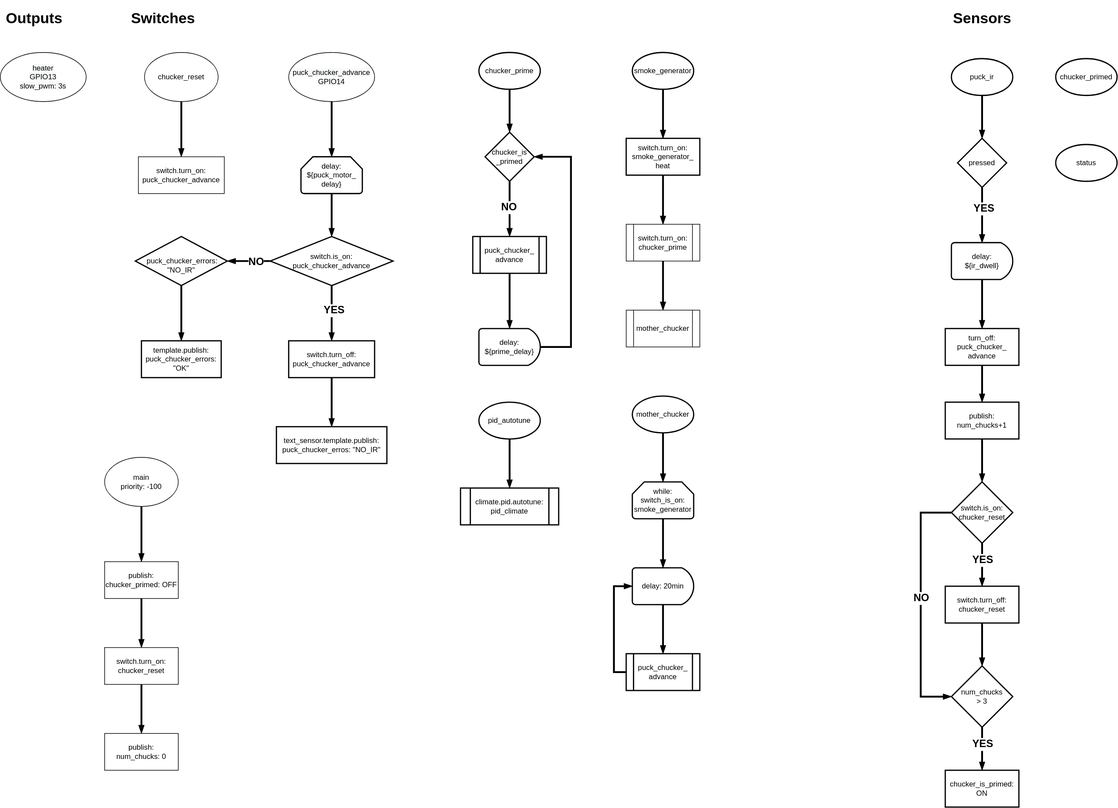
Above: Bradley Smoker Controller Flow.svg in billchurch/smokemonster (draw.io), before the change. Source tidied: cells renumbered, new cells last; positions are measured from the earlier drawing's top-left corner, leaving out a move shared by most shapes.
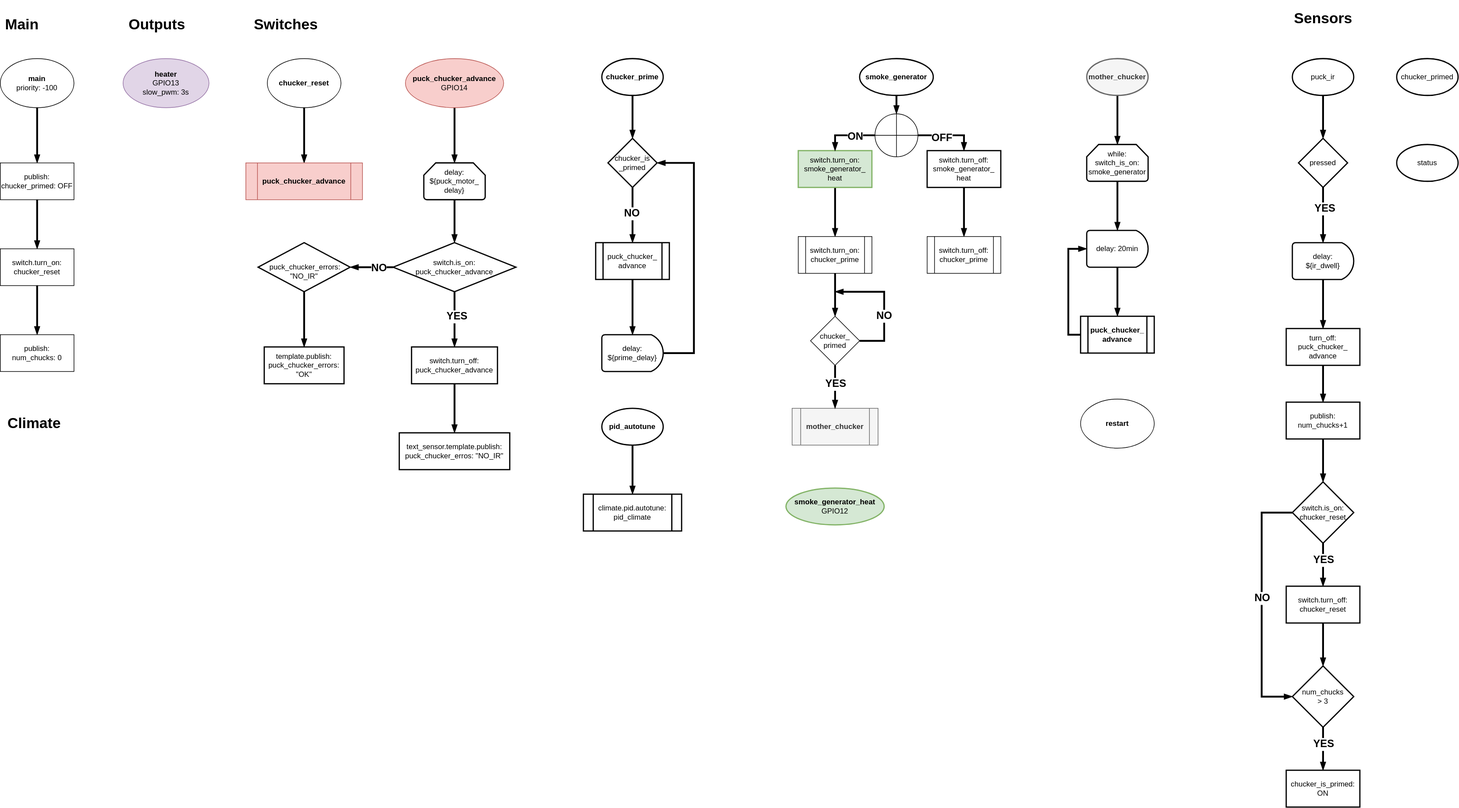
The same diagram one commit later.

What changed in the source:
```diff
@@ -4,7 +4,7 @@
     <mxCell id="1" parent="0" />
-    <mxCell id="2" style="edgeStyle=orthogonalEdgeStyle;rounded=0;jettySize=auto;html=1;strokeWidth=3;endArrow=blockThin;endFill=1;" parent="1" edge="1" source="3" target="5">
-      <mxGeometry relative="1" as="geometry" />
-    </mxCell>
+    <mxCell id="82" style="edgeStyle=orthogonalEdgeStyle;rounded=0;jettySize=auto;html=1;endArrow=blockThin;endFill=1;strokeWidth=3;" parent="1" edge="1" source="3" target="94">
+      <mxGeometry relative="1" as="geometry" />
+    </mxCell>
-    <mxCell id="3" value="smoke_generator" style="strokeWidth=2;html=1;shape=mxgraph.flowchart.start_1;whiteSpace=wrap;" parent="1" vertex="1">
-      <mxGeometry x="1030" y="80" width="100" height="60" as="geometry" />
+    <mxCell id="3" value="&lt;b&gt;smoke_generator&lt;/b&gt;" style="strokeWidth=2;html=1;shape=mxgraph.flowchart.start_1;whiteSpace=wrap;" parent="1" vertex="1">
+      <mxGeometry x="1200" y="80" width="120" height="60" as="geometry" />
     </mxCell>
@@ -13,10 +13,10 @@
     </mxCell>
-    <mxCell id="5" value="switch.turn_on: smoke_generator_&lt;br&gt;heat" style="whiteSpace=wrap;html=1;strokeWidth=2;" parent="1" vertex="1">
-      <mxGeometry x="1020" y="220" width="120" height="60" as="geometry" />
+    <mxCell id="5" value="switch.turn_on: smoke_generator_&lt;br&gt;heat" style="whiteSpace=wrap;html=1;strokeWidth=2;fillColor=#d5e8d4;strokeColor=#82b366;" parent="1" vertex="1">
+      <mxGeometry x="1100" y="230" width="120" height="60" as="geometry" />
     </mxCell>
-    <mxCell id="6" style="edgeStyle=orthogonalEdgeStyle;rounded=0;jettySize=auto;html=1;endArrow=blockThin;endFill=1;strokeWidth=3;" parent="1" edge="1" source="7" target="39">
-      <mxGeometry relative="1" as="geometry" />
-    </mxCell>
+    <mxCell id="83" style="edgeStyle=orthogonalEdgeStyle;rounded=0;jettySize=auto;html=1;endArrow=blockThin;endFill=1;strokeWidth=3;" parent="1" edge="1" source="7" target="89">
+      <mxGeometry relative="1" as="geometry" />
+    </mxCell>
     <mxCell id="7" value="switch.turn_on: chucker_prime" style="shape=process;whiteSpace=wrap;html=1;backgroundOutline=1;" parent="1" vertex="1">
-      <mxGeometry x="1020" y="360" width="120" height="60" as="geometry" />
+      <mxGeometry x="1100" y="370" width="120" height="60" as="geometry" />
     </mxCell>
@@ -26,3 +26,3 @@
     <mxCell id="9" value="delay: 20min" style="strokeWidth=2;html=1;shape=mxgraph.flowchart.delay;whiteSpace=wrap;" parent="1" vertex="1">
-      <mxGeometry x="1030" y="920" width="100" height="60" as="geometry" />
+      <mxGeometry x="1570" y="360" width="100" height="60" as="geometry" />
     </mxCell>
@@ -31,4 +31,4 @@
     </mxCell>
-    <mxCell id="11" value="puck_chucker_&lt;br&gt;advance" style="shape=process;whiteSpace=wrap;html=1;backgroundOutline=1;strokeWidth=2;" parent="1" vertex="1">
-      <mxGeometry x="1020" y="1060" width="120" height="60" as="geometry" />
+    <mxCell id="11" value="puck_chucker_&lt;br&gt;advance" style="shape=process;whiteSpace=wrap;html=1;backgroundOutline=1;strokeWidth=2;fontStyle=1;" parent="1" vertex="1">
+      <mxGeometry x="1560" y="500" width="120" height="60" as="geometry" />
     </mxCell>
@@ -37,3 +37,3 @@
     </mxCell>
-    <mxCell id="13" value="chucker_prime" style="strokeWidth=2;html=1;shape=mxgraph.flowchart.start_1;whiteSpace=wrap;" parent="1" vertex="1">
+    <mxCell id="13" value="chucker_prime" style="strokeWidth=2;html=1;shape=mxgraph.flowchart.start_1;whiteSpace=wrap;fontStyle=1;" parent="1" vertex="1">
       <mxGeometry x="780" y="80" width="100" height="60" as="geometry" />
@@ -53,3 +53,3 @@
     <mxCell id="18" value="puck_ir" style="strokeWidth=2;html=1;shape=mxgraph.flowchart.start_1;whiteSpace=wrap;" parent="1" vertex="1">
-      <mxGeometry x="1550" y="90" width="100" height="60" as="geometry" />
+      <mxGeometry x="1905" y="80" width="100" height="60" as="geometry" />
     </mxCell>
@@ -62,3 +62,3 @@
     <mxCell id="21" value="pressed" style="rhombus;whiteSpace=wrap;html=1;strokeWidth=2;" parent="1" vertex="1">
-      <mxGeometry x="1560" y="220" width="80" height="80" as="geometry" />
+      <mxGeometry x="1915" y="210" width="80" height="80" as="geometry" />
     </mxCell>
@@ -68,3 +68,3 @@
     <mxCell id="23" value="delay:&lt;br&gt;${ir_dwell}" style="strokeWidth=2;html=1;shape=mxgraph.flowchart.delay;whiteSpace=wrap;" parent="1" vertex="1">
-      <mxGeometry x="1550" y="390" width="100" height="60" as="geometry" />
+      <mxGeometry x="1905" y="380" width="100" height="60" as="geometry" />
     </mxCell>
@@ -74,3 +74,3 @@
     <mxCell id="25" value="turn_off:&lt;br&gt;puck_chucker_&lt;br&gt;advance" style="whiteSpace=wrap;html=1;strokeWidth=2;" parent="1" vertex="1">
-      <mxGeometry x="1540" y="530" width="120" height="60" as="geometry" />
+      <mxGeometry x="1895" y="520" width="120" height="60" as="geometry" />
     </mxCell>
@@ -80,3 +80,3 @@
     <mxCell id="27" value="publish: num_chucks+1" style="whiteSpace=wrap;html=1;strokeWidth=2;" parent="1" vertex="1">
-      <mxGeometry x="1540" y="650" width="120" height="60" as="geometry" />
+      <mxGeometry x="1895" y="640" width="120" height="60" as="geometry" />
     </mxCell>
@@ -93,4 +93,4 @@
         <Array as="points">
-          <mxPoint x="1500" y="830" />
-          <mxPoint x="1500" y="1130" />
+          <mxPoint x="1855" y="820" />
+          <mxPoint x="1855" y="1120" />
         </Array>
@@ -102,3 +102,3 @@
     <mxCell id="32" value="switch.is_on:&lt;br&gt;chucker_reset" style="rhombus;whiteSpace=wrap;html=1;strokeWidth=2;" parent="1" vertex="1">
-      <mxGeometry x="1550" y="780" width="100" height="100" as="geometry" />
+      <mxGeometry x="1905" y="770" width="100" height="100" as="geometry" />
     </mxCell>
@@ -108,3 +108,3 @@
     <mxCell id="34" value="switch.turn_off:&lt;br&gt;chucker_reset" style="whiteSpace=wrap;html=1;strokeWidth=2;" parent="1" vertex="1">
-      <mxGeometry x="1540" y="950" width="120" height="60" as="geometry" />
+      <mxGeometry x="1895" y="940" width="120" height="60" as="geometry" />
     </mxCell>
@@ -113,4 +113,4 @@
     </mxCell>
-    <mxCell id="36" value="mother_chucker" style="strokeWidth=2;html=1;shape=mxgraph.flowchart.start_1;whiteSpace=wrap;" parent="1" vertex="1">
-      <mxGeometry x="1030" y="640" width="100" height="60" as="geometry" />
+    <mxCell id="36" value="&lt;b&gt;mother_chucker&lt;/b&gt;" style="strokeWidth=2;html=1;shape=mxgraph.flowchart.start_1;whiteSpace=wrap;fillColor=#f5f5f5;strokeColor=#666666;fontColor=#333333;" parent="1" vertex="1">
+      <mxGeometry x="1570" y="80" width="100" height="60" as="geometry" />
     </mxCell>
@@ -120,6 +120,6 @@
     <mxCell id="38" value="while:&lt;br&gt;switch_is_on:&lt;br&gt;smoke_generator&lt;br&gt;" style="strokeWidth=2;html=1;shape=mxgraph.flowchart.loop_limit;whiteSpace=wrap;" parent="1" vertex="1">
-      <mxGeometry x="1030" y="780" width="100" height="60" as="geometry" />
+      <mxGeometry x="1570" y="220" width="100" height="60" as="geometry" />
     </mxCell>
-    <mxCell id="39" value="mother_chucker" style="shape=process;whiteSpace=wrap;html=1;backgroundOutline=1;" parent="1" vertex="1">
-      <mxGeometry x="1020" y="500" width="120" height="60" as="geometry" />
+    <mxCell id="39" value="&lt;b&gt;mother_chucker&lt;/b&gt;" style="shape=process;whiteSpace=wrap;html=1;backgroundOutline=1;fillColor=#f5f5f5;strokeColor=#666666;fontColor=#333333;" parent="1" vertex="1">
+      <mxGeometry x="1090" y="650" width="140" height="60" as="geometry" />
     </mxCell>
@@ -128,4 +128,4 @@
     </mxCell>
-    <mxCell id="41" value="main&lt;br&gt;priority: -100" style="ellipse;whiteSpace=wrap;html=1;" parent="1" vertex="1">
-      <mxGeometry x="170" y="740" width="120" height="80" as="geometry" />
+    <mxCell id="41" value="&lt;b&gt;main&lt;br&gt;&lt;/b&gt;priority: -100" style="ellipse;whiteSpace=wrap;html=1;" parent="1" vertex="1">
+      <mxGeometry x="-200" y="80" width="120" height="80" as="geometry" />
     </mxCell>
@@ -135,3 +135,3 @@
     <mxCell id="43" value="publish:&lt;br&gt;chucker_primed: OFF" style="whiteSpace=wrap;html=1;" parent="1" vertex="1">
-      <mxGeometry x="170" y="910" width="120" height="60" as="geometry" />
+      <mxGeometry x="-200" y="250" width="120" height="60" as="geometry" />
     </mxCell>
@@ -141,16 +141,13 @@
     <mxCell id="45" value="switch.turn_on:&lt;br&gt;chucker_reset" style="whiteSpace=wrap;html=1;" parent="1" vertex="1">
-      <mxGeometry x="170" y="1050" width="120" height="60" as="geometry" />
+      <mxGeometry x="-200" y="390" width="120" height="60" as="geometry" />
     </mxCell>
     <mxCell id="46" value="publish:&lt;br&gt;num_chucks: 0" style="whiteSpace=wrap;html=1;" parent="1" vertex="1">
-      <mxGeometry x="170" y="1190" width="120" height="60" as="geometry" />
+      <mxGeometry x="-200" y="530" width="120" height="60" as="geometry" />
     </mxCell>
-    <mxCell id="47" style="edgeStyle=orthogonalEdgeStyle;rounded=0;jettySize=auto;html=1;endArrow=blockThin;endFill=1;strokeWidth=3;" parent="1" edge="1" source="48" target="49">
-      <mxGeometry relative="1" as="geometry" />
-    </mxCell>
+    <mxCell id="84" style="edgeStyle=orthogonalEdgeStyle;rounded=0;jettySize=auto;html=1;endArrow=blockThin;endFill=1;strokeWidth=3;" parent="1" edge="1" source="48" target="99">
+      <mxGeometry relative="1" as="geometry" />
+    </mxCell>
-    <mxCell id="48" value="chucker_reset" style="ellipse;whiteSpace=wrap;html=1;" parent="1" vertex="1">
+    <mxCell id="48" value="chucker_reset" style="ellipse;whiteSpace=wrap;html=1;fontStyle=1;" parent="1" vertex="1">
       <mxGeometry x="235" y="80" width="120" height="80" as="geometry" />
     </mxCell>
-    <mxCell id="49" value="switch.turn_on:&lt;br&gt;puck_chucker_advance" style="whiteSpace=wrap;html=1;" parent="1" vertex="1">
-      <mxGeometry x="225" y="250" width="140" height="60" as="geometry" />
-    </mxCell>
     <mxCell id="50" style="edgeStyle=orthogonalEdgeStyle;rounded=0;jettySize=auto;html=1;endArrow=blockThin;endFill=1;strokeWidth=3;" parent="1" edge="1" source="51" target="53">
@@ -158,4 +155,4 @@
     </mxCell>
-    <mxCell id="51" value="&lt;span style=&quot;color: rgb(0 , 0 , 0) ; font-family: &amp;#34;helvetica&amp;#34; ; font-size: 12px ; font-style: normal ; font-weight: 400 ; letter-spacing: normal ; text-align: center ; text-indent: 0px ; text-transform: none ; word-spacing: 0px ; background-color: rgb(248 , 249 , 250) ; display: inline ; float: none&quot;&gt;puck_chucker_advance&lt;br&gt;GPIO14&lt;br&gt;&lt;/span&gt;" style="ellipse;whiteSpace=wrap;html=1;" parent="1" vertex="1">
-      <mxGeometry x="470" y="80" width="140" height="80" as="geometry" />
+    <mxCell id="51" value="&lt;span style=&quot;color: rgb(0, 0, 0); font-family: helvetica; font-size: 12px; font-style: normal; letter-spacing: normal; text-align: center; text-indent: 0px; text-transform: none; word-spacing: 0px; display: inline; float: none;&quot;&gt;&lt;b&gt;puck_chucker_advance&lt;br&gt;&lt;/b&gt;GPIO14&lt;br&gt;&lt;/span&gt;" style="ellipse;whiteSpace=wrap;html=1;fillColor=#f8cecc;strokeColor=#b85450;labelBackgroundColor=none;" parent="1" vertex="1">
+      <mxGeometry x="460" y="80" width="160" height="80" as="geometry" />
     </mxCell>
@@ -209,15 +206,15 @@
     <mxCell id="67" value="num_chucks&lt;br&gt;&amp;gt; 3" style="rhombus;whiteSpace=wrap;html=1;strokeWidth=2;" parent="1" vertex="1">
-      <mxGeometry x="1550" y="1080" width="100" height="100" as="geometry" />
+      <mxGeometry x="1905" y="1070" width="100" height="100" as="geometry" />
     </mxCell>
     <mxCell id="68" value="chucker_is_primed: ON" style="whiteSpace=wrap;html=1;strokeWidth=2;" parent="1" vertex="1">
-      <mxGeometry x="1540" y="1250" width="120" height="60" as="geometry" />
+      <mxGeometry x="1895" y="1240" width="120" height="60" as="geometry" />
     </mxCell>
     <mxCell id="69" value="&lt;h1&gt;&lt;b&gt;Sensors&lt;/b&gt;&lt;/h1&gt;" style="text;html=1;align=center;verticalAlign=middle;" parent="1" vertex="1">
-      <mxGeometry x="1545" width="110" height="50" as="geometry" />
+      <mxGeometry x="1900" y="-10" width="110" height="50" as="geometry" />
     </mxCell>
     <mxCell id="70" value="chucker_primed" style="strokeWidth=2;html=1;shape=mxgraph.flowchart.start_1;whiteSpace=wrap;" parent="1" vertex="1">
-      <mxGeometry x="1720" y="90" width="100" height="60" as="geometry" />
+      <mxGeometry x="2075" y="80" width="100" height="60" as="geometry" />
     </mxCell>
     <mxCell id="71" value="status" style="strokeWidth=2;html=1;shape=mxgraph.flowchart.start_1;whiteSpace=wrap;" parent="1" vertex="1">
-      <mxGeometry x="1720" y="230" width="100" height="60" as="geometry" />
+      <mxGeometry x="2075" y="220" width="100" height="60" as="geometry" />
     </mxCell>
@@ -226,3 +223,3 @@
     </mxCell>
-    <mxCell id="73" value="&lt;span style=&quot;color: rgb(0 , 0 , 0) ; font-family: &amp;#34;helvetica&amp;#34; ; font-size: 12px ; font-style: normal ; font-weight: 400 ; letter-spacing: normal ; text-align: center ; text-indent: 0px ; text-transform: none ; word-spacing: 0px ; background-color: rgb(248 , 249 , 250) ; display: inline ; float: none&quot;&gt;heater&lt;br&gt;GPIO13&lt;br&gt;slow_pwm: 3s&lt;br&gt;&lt;/span&gt;" style="ellipse;whiteSpace=wrap;html=1;" parent="1" vertex="1">
+    <mxCell id="73" value="&lt;span style=&quot;color: rgb(0, 0, 0); font-family: helvetica; font-size: 12px; font-style: normal; letter-spacing: normal; text-align: center; text-indent: 0px; text-transform: none; word-spacing: 0px; display: inline; float: none;&quot;&gt;&lt;b&gt;heater&lt;br&gt;&lt;/b&gt;GPIO13&lt;br&gt;slow_pwm: 3s&lt;br&gt;&lt;/span&gt;" style="ellipse;whiteSpace=wrap;html=1;fillColor=#e1d5e7;strokeColor=#9673a6;labelBackgroundColor=none;" parent="1" vertex="1">
       <mxGeometry y="80" width="140" height="80" as="geometry" />
@@ -252,3 +249,3 @@
     </mxCell>
-    <mxCell id="80" value="pid_autotune" style="strokeWidth=2;html=1;shape=mxgraph.flowchart.start_1;whiteSpace=wrap;" parent="1" vertex="1">
+    <mxCell id="80" value="&lt;b&gt;pid_autotune&lt;/b&gt;" style="strokeWidth=2;html=1;shape=mxgraph.flowchart.start_1;whiteSpace=wrap;" parent="1" vertex="1">
       <mxGeometry x="780" y="650" width="100" height="60" as="geometry" />
@@ -258,2 +255,61 @@
     </mxCell>
+    <mxCell id="85" value="&lt;h1&gt;&lt;b&gt;Main&lt;/b&gt;&lt;/h1&gt;" style="text;html=1;align=center;verticalAlign=middle;" parent="1" vertex="1">
+      <mxGeometry x="-200" width="70" height="50" as="geometry" />
+    </mxCell>
+    <mxCell id="86" style="edgeStyle=orthogonalEdgeStyle;rounded=0;jettySize=auto;html=1;endArrow=blockThin;endFill=1;strokeWidth=3;" parent="1" edge="1" source="89" target="39">
+      <mxGeometry relative="1" as="geometry" />
+    </mxCell>
+    <mxCell id="87" value="&lt;b&gt;&lt;font style=&quot;font-size: 17px&quot;&gt;YES&lt;/font&gt;&lt;/b&gt;" style="edgeLabel;html=1;align=center;verticalAlign=middle;" parent="86" vertex="1">
+      <mxGeometry x="-0.46" y="-3" relative="1" as="geometry">
+        <mxPoint x="3" y="11" as="offset" />
+      </mxGeometry>
+    </mxCell>
+    <mxCell id="88" value="&lt;b&gt;&lt;font style=&quot;font-size: 17px&quot;&gt;NO&lt;/font&gt;&lt;/b&gt;" style="edgeStyle=orthogonalEdgeStyle;rounded=0;jettySize=auto;html=1;exitX=1;exitY=0.5;exitDx=0;exitDy=0;endArrow=blockThin;endFill=1;strokeWidth=3;" parent="1" edge="1" source="89">
+      <mxGeometry x="-0.2" relative="1" as="geometry">
+        <mxPoint x="1160" y="460" as="targetPoint" />
+        <Array as="points">
+          <mxPoint x="1240" y="540" />
+          <mxPoint x="1240" y="460" />
+        </Array>
+      </mxGeometry>
+    </mxCell>
+    <mxCell id="89" value="chucker_&lt;br&gt;primed" style="rhombus;whiteSpace=wrap;html=1;" parent="1" vertex="1">
+      <mxGeometry x="1120" y="500" width="80" height="80" as="geometry" />
+    </mxCell>
+    <mxCell id="90" style="edgeStyle=orthogonalEdgeStyle;rounded=0;jettySize=auto;html=1;entryX=0.5;entryY=0;entryDx=0;entryDy=0;endArrow=blockThin;endFill=1;strokeWidth=3;" parent="1" edge="1" source="94" target="5">
+      <mxGeometry relative="1" as="geometry" />
+    </mxCell>
+    <mxCell id="91" value="&lt;b&gt;&lt;font style=&quot;font-size: 17px&quot;&gt;ON&lt;/font&gt;&lt;/b&gt;" style="edgeLabel;html=1;align=center;verticalAlign=middle;" parent="90" vertex="1">
+      <mxGeometry x="-0.26" y="2" relative="1" as="geometry" />
+    </mxCell>
+    <mxCell id="92" style="edgeStyle=orthogonalEdgeStyle;rounded=0;jettySize=auto;html=1;endArrow=blockThin;endFill=1;strokeWidth=3;entryX=0.5;entryY=0;entryDx=0;entryDy=0;" parent="1" edge="1" source="94" target="96">
+      <mxGeometry relative="1" as="geometry" />
+    </mxCell>
+    <mxCell id="93" value="&lt;b&gt;&lt;font style=&quot;font-size: 17px&quot;&gt;OFF&lt;/font&gt;&lt;/b&gt;" style="edgeLabel;html=1;align=center;verticalAlign=middle;" parent="92" vertex="1">
+      <mxGeometry x="-0.24" y="-4" relative="1" as="geometry" />
+    </mxCell>
+    <mxCell id="94" style="verticalLabelPosition=bottom;verticalAlign=top;html=1;shape=mxgraph.flowchart.summing_function;" parent="1" vertex="1">
+      <mxGeometry x="1225" y="170" width="70" height="70" as="geometry" />
+    </mxCell>
+    <mxCell id="95" style="edgeStyle=orthogonalEdgeStyle;rounded=0;jettySize=auto;html=1;strokeWidth=3;endArrow=blockThin;endFill=1;" parent="1" edge="1" source="96" target="97">
+      <mxGeometry relative="1" as="geometry" />
+    </mxCell>
+    <mxCell id="96" value="switch.turn_off: smoke_generator_&lt;br&gt;heat" style="whiteSpace=wrap;html=1;strokeWidth=2;" parent="1" vertex="1">
+      <mxGeometry x="1310" y="230" width="120" height="60" as="geometry" />
+    </mxCell>
+    <mxCell id="97" value="switch.turn_off: chucker_prime" style="shape=process;whiteSpace=wrap;html=1;backgroundOutline=1;" parent="1" vertex="1">
+      <mxGeometry x="1310" y="370" width="120" height="60" as="geometry" />
+    </mxCell>
+    <mxCell id="98" value="&lt;b&gt;smoke_generator_heat&lt;br&gt;&lt;/b&gt;GPIO12" style="strokeWidth=2;html=1;shape=mxgraph.flowchart.start_1;whiteSpace=wrap;fillColor=#d5e8d4;strokeColor=#82b366;" parent="1" vertex="1">
+      <mxGeometry x="1080" y="780" width="160" height="60" as="geometry" />
+    </mxCell>
+    <mxCell id="99" value="&lt;b style=&quot;color: rgb(0 , 0 , 0) ; font-family: &amp;#34;helvetica&amp;#34; ; font-size: 12px ; font-style: normal ; letter-spacing: normal ; text-align: center ; text-indent: 0px ; text-transform: none ; word-spacing: 0px&quot;&gt;puck_chucker_advance&lt;/b&gt;" style="shape=process;whiteSpace=wrap;html=1;backgroundOutline=1;fontStyle=1;fillColor=#f8cecc;strokeColor=#b85450;" parent="1" vertex="1">
+      <mxGeometry x="200" y="250" width="190" height="60" as="geometry" />
+    </mxCell>
+    <mxCell id="100" value="&lt;h1&gt;&lt;b&gt;Climate&lt;/b&gt;&lt;/h1&gt;" style="text;html=1;align=center;verticalAlign=middle;" parent="1" vertex="1">
+      <mxGeometry x="-195" y="650" width="100" height="50" as="geometry" />
+    </mxCell>
+    <mxCell id="101" value="restart" style="ellipse;whiteSpace=wrap;html=1;fontStyle=1;" parent="1" vertex="1">
+      <mxGeometry x="1560" y="635" width="120" height="80" as="geometry" />
+    </mxCell>
   </root>
```
